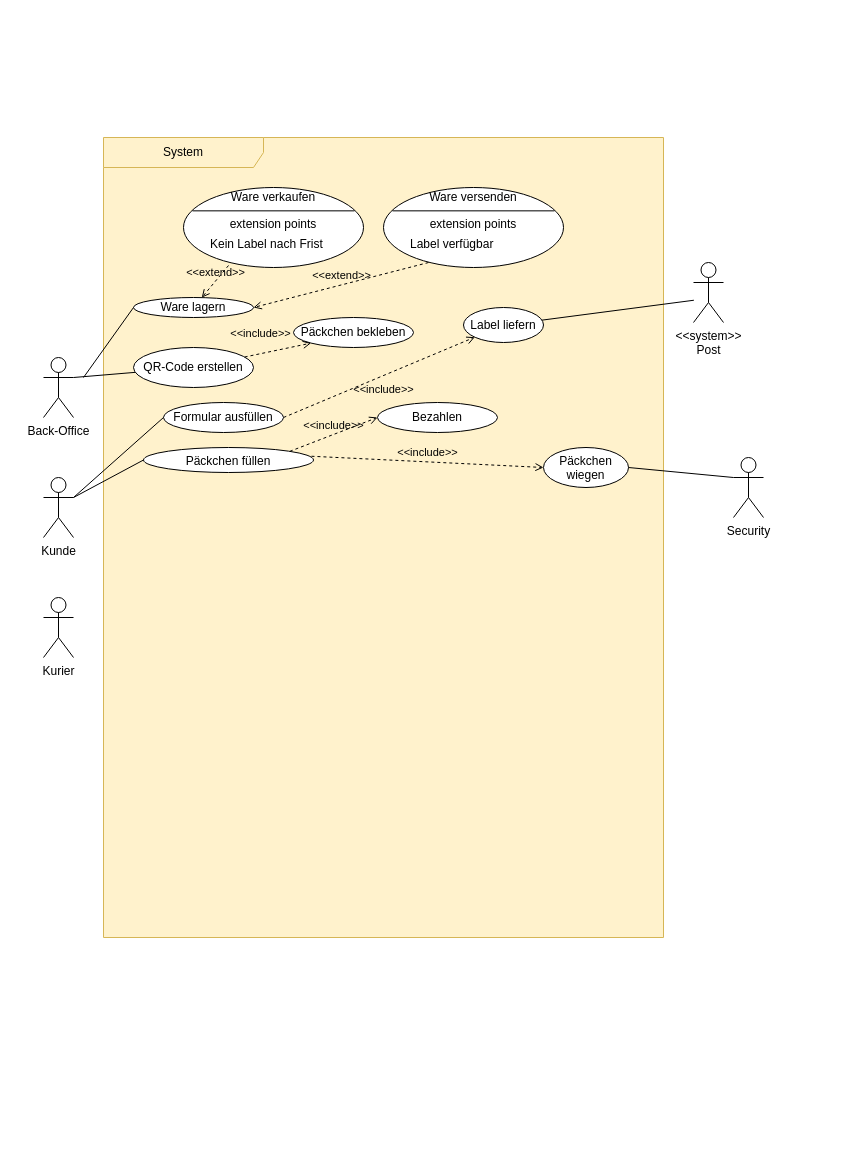
The draw.io diagram lb_use-case-big.drawio in ferreric/ffhs_swem, before the edit. Source tidied: cells renumbered, new cells numbered last; positions are measured from the earlier drawing's top-left corner, leaving out a move shared by most shapes. Both pictures are drawn from the tidied source at 100%, with x=0, y=0 at pixel (43, 137).
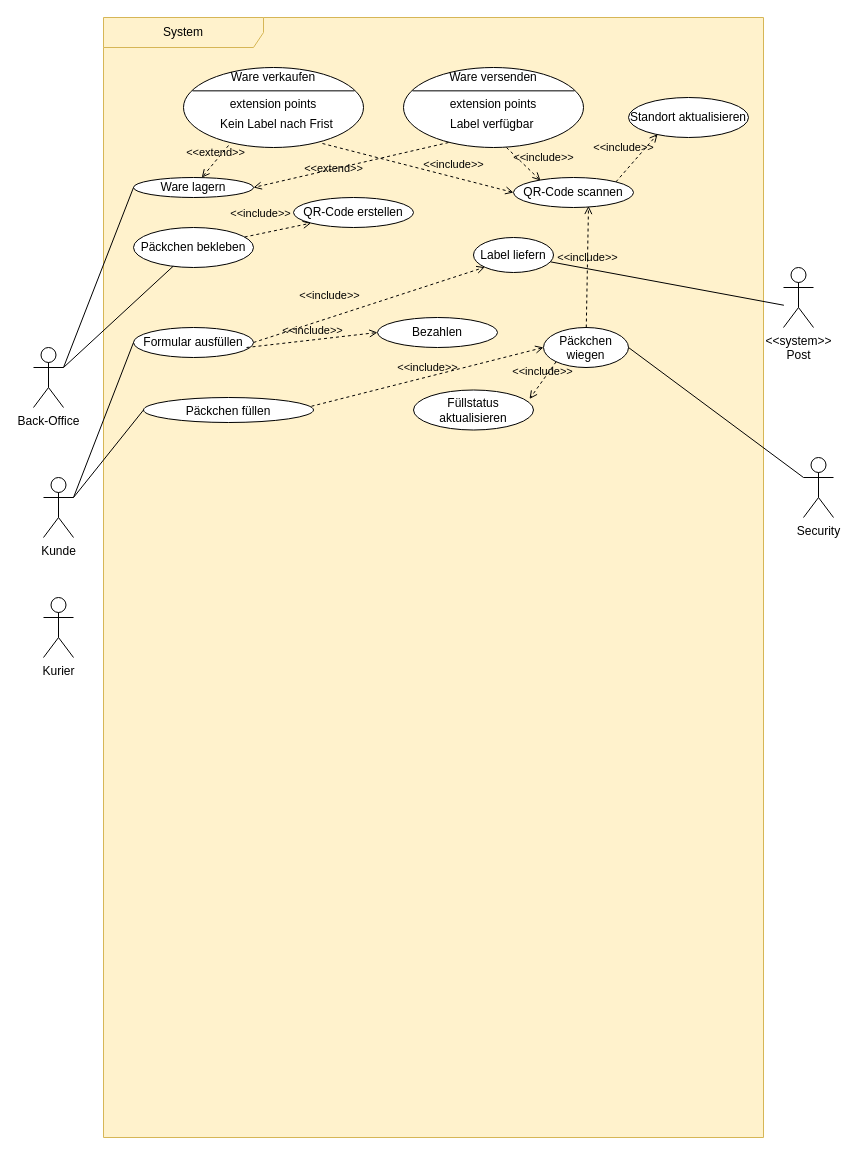
The same diagram, later.

Commit message:
lb_use-case-big.drawio tonnenweise includes

The change refers to these unchanged cells:
```xml
<mxCell id="4" value="Päckchen wiegen" style="ellipse;whiteSpace=wrap;html=1;verticalAlign=top;" parent="2" vertex="1">
  <mxGeometry x="440" y="310" width="85" height="40" as="geometry" />
</mxCell>
<mxCell id="13" value="Ware lagern" style="ellipse;whiteSpace=wrap;html=1;" parent="2" vertex="1">
  <mxGeometry x="30" y="160" width="120" height="20" as="geometry" />
</mxCell>
<mxCell id="14" style="shape=ellipse;horizontal=1;html=1;dashed=0;" parent="2" vertex="1">
  <mxGeometry x="80" y="50" width="180" height="80" as="geometry" />
</mxCell>
```

The edit, as a diff of the source:
```diff
@@
     <mxCell id="2" value="System" style="shape=umlFrame;whiteSpace=wrap;html=1;width=160;fillStyle=auto;fillColor=#fff2cc;strokeColor=#d6b656;noLabel=0;gradientColor=none;swimlaneFillColor=#FFF2CC;" parent="1" vertex="1">
-      <mxGeometry x="60" width="560" height="800" as="geometry" />
+      <mxGeometry x="60" y="-120" width="660" height="1120" as="geometry" />
     </mxCell>
     <mxCell id="3" value="&lt;div&gt;Päckchen füllen&lt;/div&gt;" style="ellipse;whiteSpace=wrap;html=1;verticalAlign=top;" parent="2" vertex="1">
-      <mxGeometry x="40" y="310" width="170" height="25" as="geometry" />
+      <mxGeometry x="40" y="380" width="170" height="25" as="geometry" />
     </mxCell>
@@
     <mxCell id="5" value="Label liefern" style="ellipse;whiteSpace=wrap;html=1;dashed=0;" parent="2" vertex="1">
-      <mxGeometry x="360" y="170" width="80" height="35" as="geometry" />
+      <mxGeometry x="370" y="220" width="80" height="35" as="geometry" />
     </mxCell>
-    <mxCell id="6" value="QR-Code erstellen" style="ellipse;whiteSpace=wrap;html=1;" parent="2" vertex="1">
+    <mxCell id="6" value="Päckchen bekleben" style="ellipse;whiteSpace=wrap;html=1;" parent="2" vertex="1">
       <mxGeometry x="30" y="210" width="120" height="40" as="geometry" />
     </mxCell>
-    <mxCell id="7" value="Päckchen bekleben" style="ellipse;whiteSpace=wrap;html=1;" parent="2" vertex="1">
+    <mxCell id="7" value="QR-Code erstellen" style="ellipse;whiteSpace=wrap;html=1;" parent="2" vertex="1">
       <mxGeometry x="190" y="180" width="120" height="30" as="geometry" />
     </mxCell>
@@
     <mxCell id="10" value="&amp;lt;&amp;lt;include&amp;gt;&amp;gt;" style="html=1;verticalAlign=bottom;labelBackgroundColor=none;endArrow=open;endFill=0;dashed=1;rounded=0;entryX=0;entryY=1;entryDx=0;entryDy=0;exitX=1;exitY=0.5;exitDx=0;exitDy=0;" parent="2" edge="1" source="11" target="5">
-      <mxGeometry x="-0.04" y="-21" relative="1" as="geometry" />
+      <mxGeometry x="-0.31" y="13" relative="1" as="geometry" />
     </mxCell>
     <mxCell id="11" value="Formular ausfüllen" style="ellipse;whiteSpace=wrap;html=1;" parent="2" vertex="1">
-      <mxGeometry x="60" y="265" width="120" height="30" as="geometry" />
+      <mxGeometry x="30" y="310" width="120" height="30" as="geometry" />
     </mxCell>
     <mxCell id="12" value="Bezahlen" style="ellipse;whiteSpace=wrap;html=1;" parent="2" vertex="1">
-      <mxGeometry x="274" y="265" width="120" height="30" as="geometry" />
+      <mxGeometry x="274" y="300" width="120" height="30" as="geometry" />
     </mxCell>
@@
     <mxCell id="18" value="Kein Label nach Frist" style="text;html=1;align=left;verticalAlign=middle;spacingLeft=25;fillColor=none;strokeColor=none;whiteSpace=wrap;" parent="14" vertex="1">
-      <mxGeometry y="46.7" width="180" height="20" as="geometry" />
+      <mxGeometry x="10" y="46.7" width="170" height="20" as="geometry" />
     </mxCell>
-    <mxCell id="19" value="&amp;lt;&amp;lt;include&amp;gt;&amp;gt;" style="html=1;verticalAlign=bottom;labelBackgroundColor=none;endArrow=open;endFill=0;dashed=1;rounded=0;entryX=0;entryY=0.5;entryDx=0;entryDy=0;exitX=1;exitY=0;exitDx=0;exitDy=0;" parent="2" edge="1" source="3" target="12">
+    <mxCell id="19" value="&amp;lt;&amp;lt;include&amp;gt;&amp;gt;" style="html=1;verticalAlign=bottom;labelBackgroundColor=none;endArrow=open;endFill=0;dashed=1;rounded=0;entryX=0;entryY=0.5;entryDx=0;entryDy=0;exitX=0.942;exitY=0.667;exitDx=0;exitDy=0;exitPerimeter=0;" parent="2" edge="1" source="11" target="12">
       <mxGeometry relative="1" as="geometry" />
     </mxCell>
@@
+    <mxCell id="38" value="QR-Code scannen" style="ellipse;whiteSpace=wrap;html=1;" parent="2" vertex="1">
+      <mxGeometry x="410" y="160" width="120" height="30" as="geometry" />
+    </mxCell>
+    <mxCell id="39" value="Füllstatus aktualisieren" style="ellipse;whiteSpace=wrap;html=1;" parent="2" vertex="1">
+      <mxGeometry x="310" y="372.5" width="120" height="40" as="geometry" />
+    </mxCell>
+    <mxCell id="40" value="&amp;lt;&amp;lt;include&amp;gt;&amp;gt;" style="html=1;verticalAlign=bottom;labelBackgroundColor=none;endArrow=open;endFill=0;dashed=1;rounded=0;entryX=0.967;entryY=0.225;entryDx=0;entryDy=0;exitX=0;exitY=1;exitDx=0;exitDy=0;entryPerimeter=0;" parent="2" edge="1" source="4" target="39">
+      <mxGeometry relative="1" as="geometry" />
+    </mxCell>
+    <mxCell id="41" value="&amp;lt;&amp;lt;include&amp;gt;&amp;gt;" style="html=1;verticalAlign=bottom;labelBackgroundColor=none;endArrow=open;endFill=0;dashed=1;rounded=0;entryX=0.625;entryY=0.95;entryDx=0;entryDy=0;entryPerimeter=0;" parent="2" edge="1" source="4" target="38">
+      <mxGeometry relative="1" as="geometry" />
+    </mxCell>
+    <mxCell id="42" value="&amp;lt;&amp;lt;include&amp;gt;&amp;gt;" style="html=1;verticalAlign=bottom;labelBackgroundColor=none;endArrow=open;endFill=0;dashed=1;rounded=0;entryX=0;entryY=0.5;entryDx=0;entryDy=0;exitX=0.772;exitY=0.95;exitDx=0;exitDy=0;exitPerimeter=0;" parent="2" edge="1" source="14" target="38">
+      <mxGeometry x="0.36" y="3" relative="1" as="geometry" />
+    </mxCell>
+    <mxCell id="43" value="Standort aktualisieren" style="ellipse;whiteSpace=wrap;html=1;" parent="2" vertex="1">
+      <mxGeometry x="525" y="80" width="120" height="40" as="geometry" />
+    </mxCell>
+    <mxCell id="44" value="&amp;lt;&amp;lt;include&amp;gt;&amp;gt;" style="html=1;verticalAlign=bottom;labelBackgroundColor=none;endArrow=open;endFill=0;dashed=1;rounded=0;entryX=0.242;entryY=0.917;entryDx=0;entryDy=0;exitX=1;exitY=0;exitDx=0;exitDy=0;entryPerimeter=0;" parent="2" edge="1" source="38" target="43">
+      <mxGeometry x="-0.24" y="11" relative="1" as="geometry" />
+    </mxCell>
     <mxCell id="21" value="Back-Office" style="shape=umlActor;verticalLabelPosition=bottom;verticalAlign=top;html=1;" parent="1" vertex="1">
-      <mxGeometry y="220" width="30" height="60" as="geometry" />
+      <mxGeometry x="-10" y="210" width="30" height="60" as="geometry" />
     </mxCell>
     <mxCell id="22" value="Security" style="shape=umlActor;verticalLabelPosition=bottom;verticalAlign=top;html=1;" parent="1" vertex="1">
-      <mxGeometry x="690" y="320" width="30" height="60" as="geometry" />
+      <mxGeometry x="760" y="320" width="30" height="60" as="geometry" />
     </mxCell>
@@
     <mxCell id="28" value="&lt;div&gt;&amp;lt;&amp;lt;system&amp;gt;&amp;gt;&lt;/div&gt;&lt;div&gt;Post&lt;br&gt;&lt;/div&gt;" style="shape=umlActor;verticalLabelPosition=bottom;verticalAlign=top;html=1;" parent="1" vertex="1">
-      <mxGeometry x="650" y="125" width="30" height="60" as="geometry" />
+      <mxGeometry x="740" y="130" width="30" height="60" as="geometry" />
     </mxCell>
@@
-    <mxCell id="31" style="endArrow=none;html=1;rounded=0;entryX=0;entryY=0.5;entryDx=0;entryDy=0;" parent="1" edge="1" target="13">
-      <mxGeometry relative="1" as="geometry">
-        <mxPoint x="40" y="240" as="sourcePoint" />
-      </mxGeometry>
+    <mxCell id="31" style="endArrow=none;html=1;rounded=0;entryX=0;entryY=0.5;entryDx=0;entryDy=0;exitX=1;exitY=0.3333333333333333;exitDx=0;exitDy=0;exitPerimeter=0;" parent="1" edge="1" source="21" target="13">
+      <mxGeometry relative="1" as="geometry" />
     </mxCell>
     <mxCell id="32" style="shape=ellipse;horizontal=1;html=1;dashed=0;" parent="1" vertex="1">
-      <mxGeometry x="340" y="50" width="180" height="80" as="geometry" />
+      <mxGeometry x="360" y="-70" width="180" height="80" as="geometry" />
     </mxCell>
@@
     <mxCell id="36" value="Label verfügbar" style="text;html=1;align=left;verticalAlign=middle;spacingLeft=25;fillColor=none;strokeColor=none;whiteSpace=wrap;" parent="32" vertex="1">
-      <mxGeometry y="46.7" width="180" height="20" as="geometry" />
+      <mxGeometry x="20" y="46.7" width="160" height="20" as="geometry" />
     </mxCell>
     <mxCell id="37" value="&amp;lt;&amp;lt;extend&amp;gt;&amp;gt;" style="html=1;verticalAlign=bottom;labelBackgroundColor=none;endArrow=open;endFill=0;dashed=1;rounded=0;exitX=0.25;exitY=0.938;exitDx=0;exitDy=0;exitPerimeter=0;entryX=1;entryY=0.5;entryDx=0;entryDy=0;" parent="1" edge="1" source="32" target="13">
-      <mxGeometry relative="1" as="geometry" />
+      <mxGeometry x="0.2" y="8" relative="1" as="geometry" />
     </mxCell>
+    <mxCell id="45" value="&amp;lt;&amp;lt;include&amp;gt;&amp;gt;" style="html=1;verticalAlign=bottom;labelBackgroundColor=none;endArrow=open;endFill=0;dashed=1;rounded=0;entryX=0.225;entryY=0.1;entryDx=0;entryDy=0;exitX=0.572;exitY=1;exitDx=0;exitDy=0;exitPerimeter=0;entryPerimeter=0;" parent="1" edge="1" source="32" target="38">
+      <mxGeometry x="0.68" y="12" relative="1" as="geometry" />
+    </mxCell>
```
